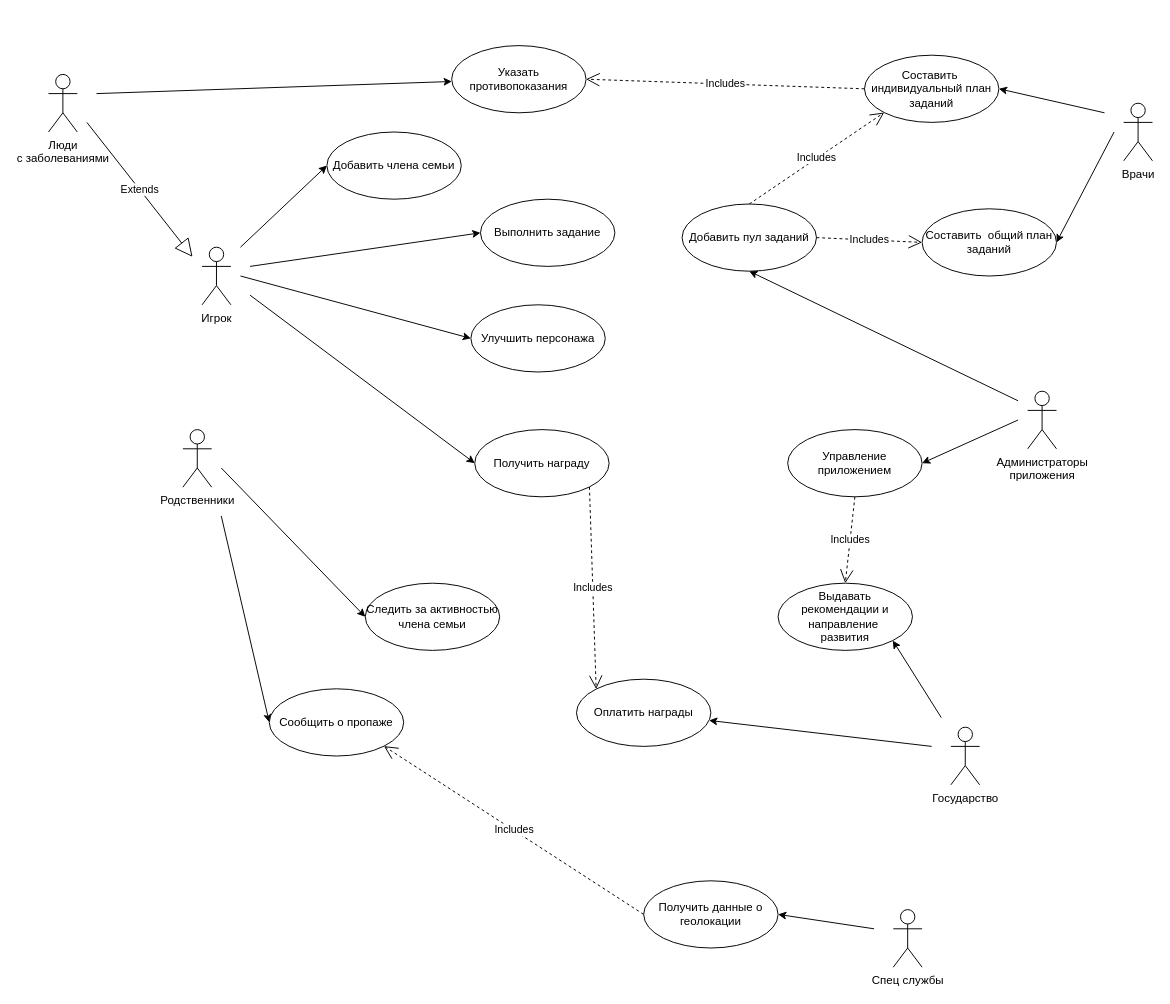
RetteraDev/Diploma keeps this draw.io diagram as graphs/Диаграмма прецендентов.drawio. Above is the earlier version. Source tidied: cells renumbered, new cells numbered last; positions are measured from the earlier drawing's top-left corner, leaving out a move shared by most shapes. Both pictures are drawn from the tidied source at 96%, with x=0, y=0 at pixel (48, 45).
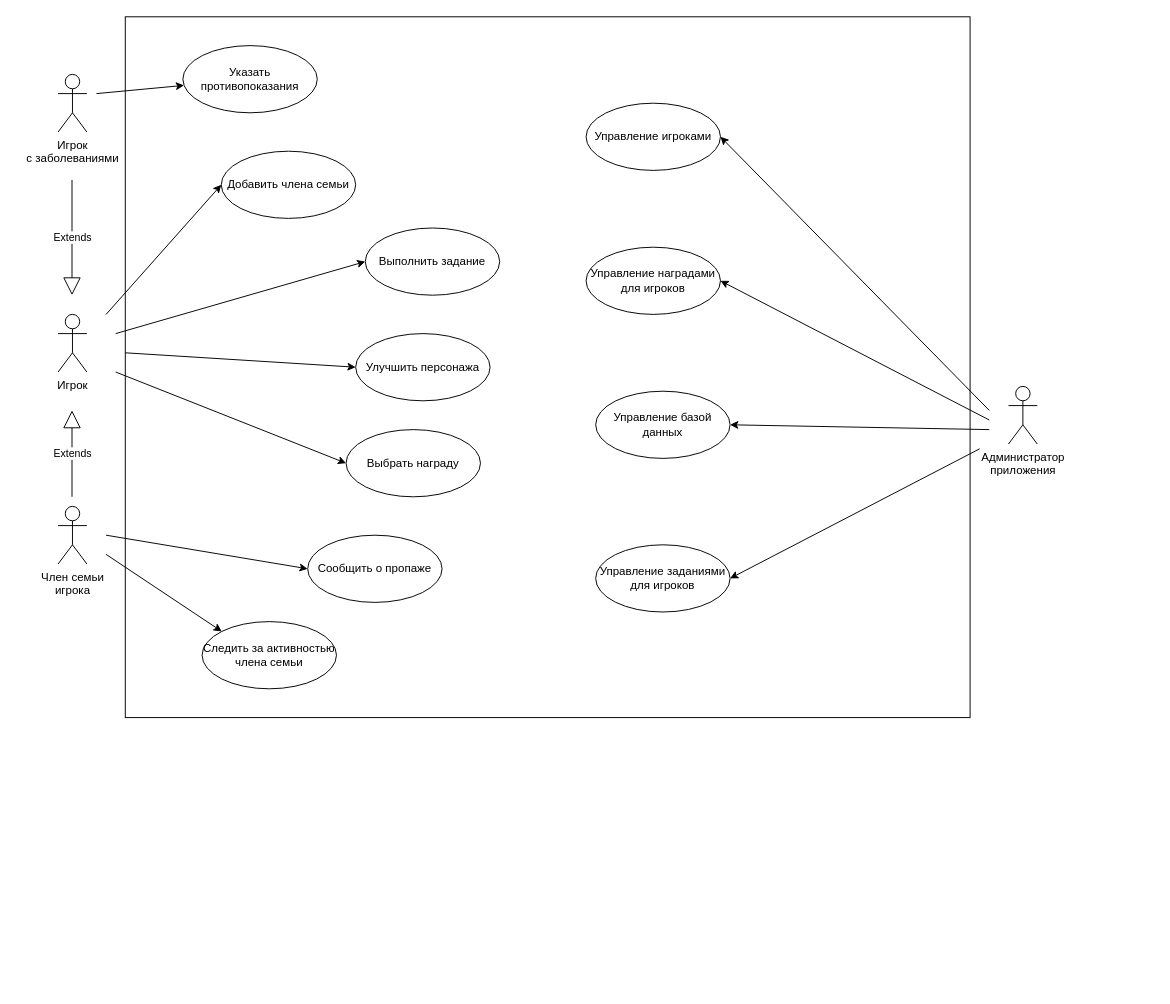
The same page after the edit.

Commit message (it also covers changes not shown here):
fix: Изменить диаграмму прецендентов

The edit, as a diff of the source:
```diff
@@
+    <mxCell id="44" style="rounded=0;whiteSpace=wrap;html=1;" parent="1" vertex="1">
+      <mxGeometry x="80" y="-30" width="880" height="730" as="geometry" />
+    </mxCell>
@@
-    <mxCell id="3" value="Люди&lt;div&gt;с заболеваниями&lt;/div&gt;" style="shape=umlActor;verticalLabelPosition=bottom;verticalAlign=top;html=1;" parent="1" vertex="1">
-      <mxGeometry y="30" width="30" height="60" as="geometry" />
+    <mxCell id="3" value="Игрок&lt;div&gt;с заболеваниями&lt;/div&gt;" style="shape=umlActor;verticalLabelPosition=bottom;verticalAlign=top;html=1;" parent="1" vertex="1">
+      <mxGeometry x="10" y="30" width="30" height="60" as="geometry" />
     </mxCell>
-    <mxCell id="4" style="rounded=0;jettySize=auto;html=1;entryX=0;entryY=0.5;entryDx=0;entryDy=0;" parent="1" edge="1" target="24">
+    <mxCell id="4" style="rounded=0;jettySize=auto;html=1;entryX=0;entryY=0;entryDx=0;entryDy=0;" parent="1" edge="1" target="24">
       <mxGeometry relative="1" as="geometry">
-        <mxPoint x="180" y="440" as="sourcePoint" />
+        <mxPoint x="60" y="530" as="sourcePoint" />
       </mxGeometry>
     </mxCell>
     <mxCell id="5" style="rounded=0;jettySize=auto;html=1;entryX=0;entryY=0.5;entryDx=0;entryDy=0;" parent="1" edge="1" target="40">
       <mxGeometry relative="1" as="geometry">
-        <mxPoint x="180" y="490" as="sourcePoint" />
+        <mxPoint x="60" y="510" as="sourcePoint" />
       </mxGeometry>
     </mxCell>
-    <mxCell id="6" value="Родственники" style="shape=umlActor;verticalLabelPosition=bottom;verticalAlign=top;html=1;" parent="1" vertex="1">
-      <mxGeometry x="140" y="400" width="30" height="60" as="geometry" />
+    <mxCell id="6" value="Член семьи&lt;div&gt;игрока&lt;/div&gt;" style="shape=umlActor;verticalLabelPosition=bottom;verticalAlign=top;html=1;" parent="1" vertex="1">
+      <mxGeometry x="10" y="480" width="30" height="60" as="geometry" />
     </mxCell>
-    <mxCell id="7" style="rounded=0;jettySize=auto;html=1;entryX=1;entryY=0.5;entryDx=0;entryDy=0;" parent="1" edge="1" target="18">
-      <mxGeometry relative="1" as="geometry">
-        <mxPoint x="1100" y="70" as="sourcePoint" />
-      </mxGeometry>
-    </mxCell>
-    <mxCell id="8" style="rounded=0;jettySize=auto;html=1;entryX=1;entryY=0.5;entryDx=0;entryDy=0;" parent="1" edge="1" target="21">
-      <mxGeometry relative="1" as="geometry">
-        <mxPoint x="1110" y="90" as="sourcePoint" />
-      </mxGeometry>
-    </mxCell>
-    <mxCell id="9" value="Врачи" style="shape=umlActor;verticalLabelPosition=bottom;verticalAlign=top;html=1;" parent="1" vertex="1">
-      <mxGeometry x="1120" y="60" width="30" height="60" as="geometry" />
-    </mxCell>
-    <mxCell id="10" style="rounded=0;jettySize=auto;html=1;" parent="1" edge="1" target="22">
-      <mxGeometry relative="1" as="geometry">
-        <mxPoint x="920" y="730" as="sourcePoint" />
-      </mxGeometry>
-    </mxCell>
-    <mxCell id="11" style="rounded=0;jettySize=auto;html=1;entryX=1;entryY=1;entryDx=0;entryDy=0;" parent="1" edge="1" target="25">
-      <mxGeometry relative="1" as="geometry">
-        <mxPoint x="930" y="700" as="sourcePoint" />
-      </mxGeometry>
-    </mxCell>
-    <mxCell id="12" value="Государство" style="shape=umlActor;verticalLabelPosition=bottom;verticalAlign=top;html=1;" parent="1" vertex="1">
-      <mxGeometry x="940" y="710" width="30" height="60" as="geometry" />
-    </mxCell>
     <mxCell id="13" style="rounded=0;jettySize=auto;html=1;entryX=1;entryY=0.5;entryDx=0;entryDy=0;" parent="1" edge="1" target="26">
       <mxGeometry relative="1" as="geometry">
-        <mxPoint x="1010" y="390" as="sourcePoint" />
+        <mxPoint x="980" y="400" as="sourcePoint" />
       </mxGeometry>
     </mxCell>
-    <mxCell id="14" style="rounded=0;jettySize=auto;html=1;entryX=0.5;entryY=1;entryDx=0;entryDy=0;" parent="1" edge="1" target="35">
+    <mxCell id="14" style="rounded=0;jettySize=auto;html=1;entryX=1;entryY=0.5;entryDx=0;entryDy=0;" parent="1" edge="1" target="35">
       <mxGeometry relative="1" as="geometry">
-        <mxPoint x="1010" y="370" as="sourcePoint" />
+        <mxPoint x="980" y="380" as="sourcePoint" />
       </mxGeometry>
     </mxCell>
-    <mxCell id="15" value="Администраторы&lt;div&gt;приложения&lt;/div&gt;" style="shape=umlActor;verticalLabelPosition=bottom;verticalAlign=top;html=1;" parent="1" vertex="1">
-      <mxGeometry x="1020" y="360" width="30" height="60" as="geometry" />
+    <mxCell id="15" value="Администратор&lt;div&gt;приложения&lt;/div&gt;" style="shape=umlActor;verticalLabelPosition=bottom;verticalAlign=top;html=1;" parent="1" vertex="1">
+      <mxGeometry x="1000" y="355" width="30" height="60" as="geometry" />
     </mxCell>
     <mxCell id="16" value="Выполнить задание" style="ellipse;whiteSpace=wrap;html=1;" parent="1" vertex="1">
-      <mxGeometry x="450" y="160" width="140" height="70" as="geometry" />
+      <mxGeometry x="330" y="190" width="140" height="70" as="geometry" />
     </mxCell>
-    <mxCell id="17" value="Получить награду" style="ellipse;whiteSpace=wrap;html=1;" parent="1" vertex="1">
-      <mxGeometry x="444" y="400" width="140" height="70" as="geometry" />
+    <mxCell id="17" value="Выбрать награду" style="ellipse;whiteSpace=wrap;html=1;" parent="1" vertex="1">
+      <mxGeometry x="310" y="400" width="140" height="70" as="geometry" />
     </mxCell>
-    <mxCell id="18" value="Составить&amp;nbsp; индивидуальный план заданий" style="ellipse;whiteSpace=wrap;html=1;" parent="1" vertex="1">
-      <mxGeometry x="850" y="10" width="140" height="70" as="geometry" />
-    </mxCell>
     <mxCell id="19" value="Указать противопоказания" style="ellipse;whiteSpace=wrap;html=1;" parent="1" vertex="1">
-      <mxGeometry x="420" width="140" height="70" as="geometry" />
+      <mxGeometry x="140" width="140" height="70" as="geometry" />
     </mxCell>
-    <mxCell id="20" value="Includes" style="endArrow=open;endSize=12;dashed=1;html=1;rounded=0;exitX=0;exitY=0.5;exitDx=0;exitDy=0;entryX=1;entryY=0.5;entryDx=0;entryDy=0;" parent="1" edge="1" source="18" target="19">
-      <mxGeometry relative="1" as="geometry" />
-    </mxCell>
-    <mxCell id="21" value="Составить&amp;nbsp; общий план заданий" style="ellipse;whiteSpace=wrap;html=1;" parent="1" vertex="1">
-      <mxGeometry x="910" y="170" width="140" height="70" as="geometry" />
-    </mxCell>
-    <mxCell id="22" value="Оплатить награды" style="ellipse;whiteSpace=wrap;html=1;" parent="1" vertex="1">
-      <mxGeometry x="550" y="660" width="140" height="70" as="geometry" />
-    </mxCell>
-    <mxCell id="23" value="Includes" style="endArrow=open;endSize=12;dashed=1;html=1;rounded=0;entryX=0;entryY=0;entryDx=0;entryDy=0;exitX=1;exitY=1;exitDx=0;exitDy=0;" parent="1" edge="1" source="17" target="22">
-      <mxGeometry relative="1" as="geometry" />
-    </mxCell>
     <mxCell id="24" value="Следить за активностью члена семьи" style="ellipse;whiteSpace=wrap;html=1;" parent="1" vertex="1">
-      <mxGeometry x="330" y="560" width="140" height="70" as="geometry" />
+      <mxGeometry x="160" y="600" width="140" height="70" as="geometry" />
     </mxCell>
-    <mxCell id="25" value="Выдавать рекомендации и направление&amp;nbsp;&lt;div&gt;развития&lt;/div&gt;" style="ellipse;whiteSpace=wrap;html=1;" parent="1" vertex="1">
-      <mxGeometry x="760" y="560" width="140" height="70" as="geometry" />
-    </mxCell>
-    <mxCell id="26" value="Управление приложением" style="ellipse;whiteSpace=wrap;html=1;" parent="1" vertex="1">
-      <mxGeometry x="770" y="400" width="140" height="70" as="geometry" />
+    <mxCell id="26" value="Управление базой данных" style="ellipse;whiteSpace=wrap;html=1;" parent="1" vertex="1">
+      <mxGeometry x="570" y="360" width="140" height="70" as="geometry" />
     </mxCell>
-    <mxCell id="27" value="Includes" style="endArrow=open;endSize=12;dashed=1;html=1;rounded=0;entryX=0.5;entryY=0;entryDx=0;entryDy=0;exitX=0.5;exitY=1;exitDx=0;exitDy=0;" parent="1" edge="1" source="26" target="25">
-      <mxGeometry relative="1" as="geometry" />
-    </mxCell>
     <mxCell id="28" value="Улучшить персонажа" style="ellipse;whiteSpace=wrap;html=1;" parent="1" vertex="1">
-      <mxGeometry x="440" y="270" width="140" height="70" as="geometry" />
+      <mxGeometry x="320" y="300" width="140" height="70" as="geometry" />
     </mxCell>
     <mxCell id="29" style="rounded=0;jettySize=auto;html=1;entryX=0;entryY=0.5;entryDx=0;entryDy=0;" parent="1" edge="1" target="16">
       <mxGeometry relative="1" as="geometry">
-        <mxPoint x="210" y="230" as="sourcePoint" />
+        <mxPoint x="70" y="300" as="sourcePoint" />
       </mxGeometry>
     </mxCell>
     <mxCell id="30" style="rounded=0;jettySize=auto;html=1;entryX=0;entryY=0.5;entryDx=0;entryDy=0;" parent="1" edge="1" target="28">
       <mxGeometry relative="1" as="geometry">
-        <mxPoint x="200" y="240" as="sourcePoint" />
+        <mxPoint x="80" y="320" as="sourcePoint" />
       </mxGeometry>
     </mxCell>
     <mxCell id="31" style="rounded=0;jettySize=auto;html=1;entryX=0;entryY=0.5;entryDx=0;entryDy=0;" parent="1" edge="1" target="17">
       <mxGeometry relative="1" as="geometry">
-        <mxPoint x="210" y="260" as="sourcePoint" />
+        <mxPoint x="70" y="340" as="sourcePoint" />
       </mxGeometry>
     </mxCell>
     <mxCell id="32" style="rounded=0;jettySize=auto;html=1;entryX=0;entryY=0.5;entryDx=0;entryDy=0;" parent="1" edge="1" target="41">
       <mxGeometry relative="1" as="geometry">
-        <mxPoint x="200" y="210" as="sourcePoint" />
+        <mxPoint x="60" y="280" as="sourcePoint" />
       </mxGeometry>
     </mxCell>
     <mxCell id="33" value="Игрок" style="shape=umlActor;verticalLabelPosition=bottom;verticalAlign=top;html=1;" parent="1" vertex="1">
-      <mxGeometry x="160" y="210" width="30" height="60" as="geometry" />
+      <mxGeometry x="10" y="280" width="30" height="60" as="geometry" />
     </mxCell>
     <mxCell id="34" value="Extends" style="endArrow=block;endSize=16;endFill=0;html=1;rounded=0;" parent="1" edge="1">
       <mxGeometry relative="1" as="geometry">
-        <mxPoint x="40" y="80" as="sourcePoint" />
-        <mxPoint x="150" y="220" as="targetPoint" />
+        <mxPoint x="24.5" y="140" as="sourcePoint" />
+        <mxPoint x="24.5" y="260" as="targetPoint" />
       </mxGeometry>
     </mxCell>
-    <mxCell id="35" value="Добавить пул заданий" style="ellipse;whiteSpace=wrap;html=1;" parent="1" vertex="1">
-      <mxGeometry x="660" y="165" width="140" height="70" as="geometry" />
+    <mxCell id="35" value="Управление игроками" style="ellipse;whiteSpace=wrap;html=1;" parent="1" vertex="1">
+      <mxGeometry x="560" y="60" width="140" height="70" as="geometry" />
     </mxCell>
-    <mxCell id="36" value="Includes" style="endArrow=open;endSize=12;dashed=1;html=1;rounded=0;exitX=0.5;exitY=0;exitDx=0;exitDy=0;entryX=0;entryY=1;entryDx=0;entryDy=0;" parent="1" edge="1" source="35" target="18">
-      <mxGeometry relative="1" as="geometry" />
-    </mxCell>
-    <mxCell id="37" value="Includes" style="endArrow=open;endSize=12;dashed=1;html=1;rounded=0;exitX=1;exitY=0.5;exitDx=0;exitDy=0;entryX=0;entryY=0.5;entryDx=0;entryDy=0;" parent="1" edge="1" source="35" target="21">
-      <mxGeometry relative="1" as="geometry" />
-    </mxCell>
-    <mxCell id="38" style="rounded=0;jettySize=auto;html=1;entryX=1;entryY=0.5;entryDx=0;entryDy=0;" parent="1" edge="1" target="42">
-      <mxGeometry relative="1" as="geometry">
-        <mxPoint x="860" y="920" as="sourcePoint" />
-      </mxGeometry>
-    </mxCell>
-    <mxCell id="39" value="Спец службы" style="shape=umlActor;verticalLabelPosition=bottom;verticalAlign=top;html=1;" parent="1" vertex="1">
-      <mxGeometry x="880" y="900" width="30" height="60" as="geometry" />
-    </mxCell>
     <mxCell id="40" value="Сообщить о пропаже" style="ellipse;whiteSpace=wrap;html=1;" parent="1" vertex="1">
-      <mxGeometry x="230" y="670" width="140" height="70" as="geometry" />
+      <mxGeometry x="270" y="510" width="140" height="70" as="geometry" />
     </mxCell>
     <mxCell id="41" value="Добавить члена семьи" style="ellipse;whiteSpace=wrap;html=1;" parent="1" vertex="1">
-      <mxGeometry x="290" y="90" width="140" height="70" as="geometry" />
+      <mxGeometry x="180" y="110" width="140" height="70" as="geometry" />
     </mxCell>
-    <mxCell id="42" value="Получить данные о геолокации" style="ellipse;whiteSpace=wrap;html=1;" parent="1" vertex="1">
-      <mxGeometry x="620" y="870" width="140" height="70" as="geometry" />
-    </mxCell>
-    <mxCell id="43" value="Includes" style="endArrow=open;endSize=12;dashed=1;html=1;rounded=0;entryX=1;entryY=1;entryDx=0;entryDy=0;exitX=0;exitY=0.5;exitDx=0;exitDy=0;" parent="1" edge="1" source="42" target="40">
-      <mxGeometry relative="1" as="geometry" />
-    </mxCell>
+    <mxCell id="45" value="Extends" style="endArrow=block;endSize=16;endFill=0;html=1;rounded=0;" parent="1" edge="1">
+      <mxGeometry relative="1" as="geometry">
+        <mxPoint x="24.5" y="470" as="sourcePoint" />
+        <mxPoint x="24.5" y="380" as="targetPoint" />
+      </mxGeometry>
+    </mxCell>
+    <mxCell id="46" value="Управление наградами для игроков" style="ellipse;whiteSpace=wrap;html=1;" parent="1" vertex="1">
+      <mxGeometry x="560" y="210" width="140" height="70" as="geometry" />
+    </mxCell>
+    <mxCell id="47" style="rounded=0;jettySize=auto;html=1;entryX=1;entryY=0.5;entryDx=0;entryDy=0;" parent="1" edge="1" target="46">
+      <mxGeometry relative="1" as="geometry">
+        <mxPoint x="980" y="390" as="sourcePoint" />
+      </mxGeometry>
+    </mxCell>
+    <mxCell id="48" value="Управление заданиями для игроков" style="ellipse;whiteSpace=wrap;html=1;" parent="1" vertex="1">
+      <mxGeometry x="570" y="520" width="140" height="70" as="geometry" />
+    </mxCell>
+    <mxCell id="49" style="rounded=0;jettySize=auto;html=1;entryX=1;entryY=0.5;entryDx=0;entryDy=0;" parent="1" edge="1" target="48">
+      <mxGeometry relative="1" as="geometry">
+        <mxPoint x="970" y="420" as="sourcePoint" />
+      </mxGeometry>
+    </mxCell>
```
